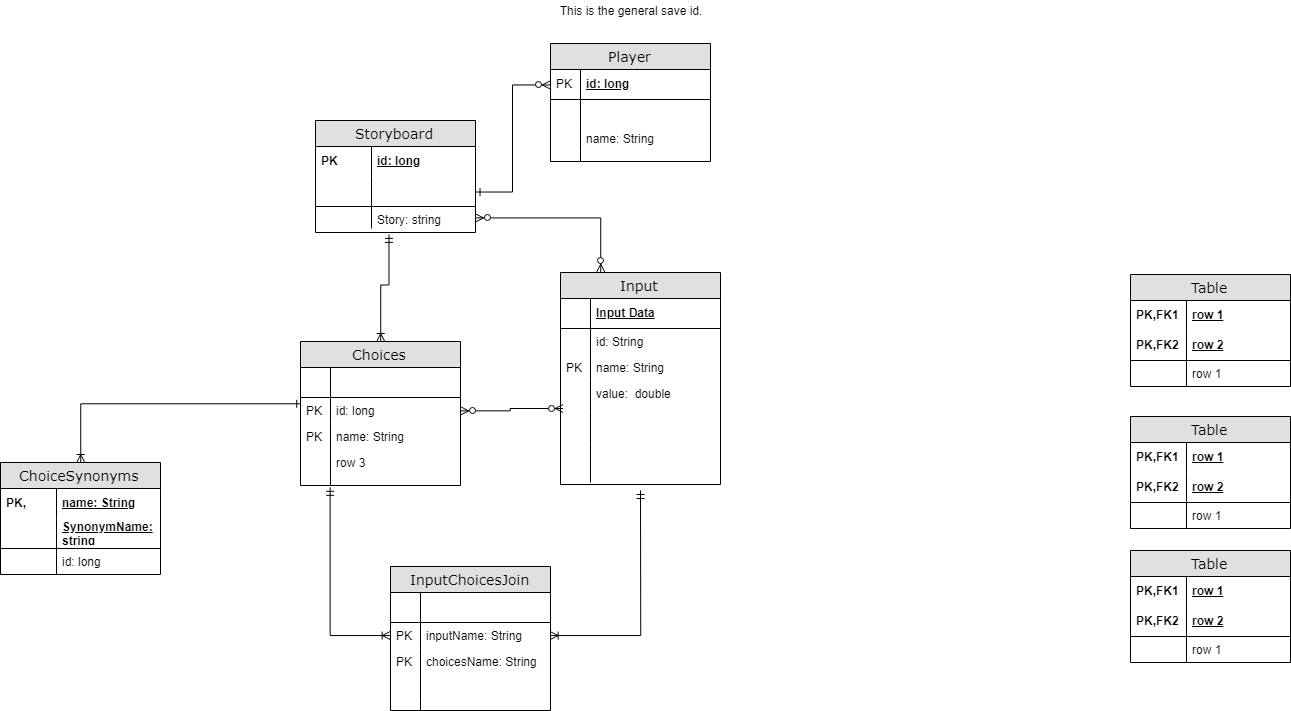
Before: docs/EntityModel.png, a diagram exported from draw.io (balexander16/PictureQuest). Source tidied: cells renumbered, new cells last; positions are measured from the earlier drawing's top-left corner, leaving out a move shared by most shapes.
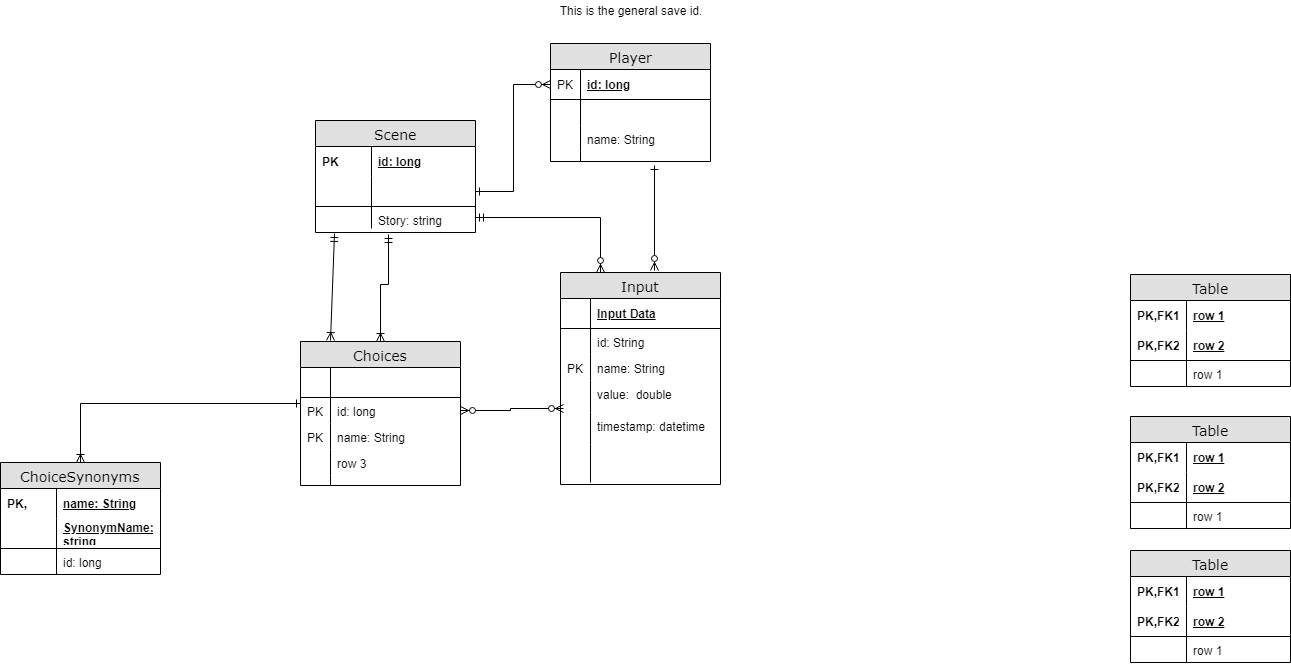
After the commit.

What changed in the source:
```diff
@@ -2,7 +2,7 @@
   <root>
     <mxCell id="0" />
     <mxCell id="1" parent="0" />
-    <mxCell id="2" value="Storyboard" style="swimlane;html=1;fontStyle=0;horizontal=1;startSize=26;fillColor=#e0e0e0;swimlaneFillColor=#ffffff;align=center;rounded=0;shadow=0;comic=0;labelBackgroundColor=none;strokeColor=#000000;strokeWidth=1;fontFamily=Verdana;fontSize=14;fontColor=#000000;" parent="1" vertex="1">
+    <mxCell id="2" value="Scene" style="swimlane;html=1;fontStyle=0;horizontal=1;startSize=26;fillColor=#e0e0e0;swimlaneFillColor=#ffffff;align=center;rounded=0;shadow=0;comic=0;labelBackgroundColor=none;strokeColor=#000000;strokeWidth=1;fontFamily=Verdana;fontSize=14;fontColor=#000000;" parent="1" vertex="1">
       <mxGeometry x="315" y="120" width="160" height="112" as="geometry" />
     </mxCell>
     <mxCell id="3" value="id: long" style="shape=partialRectangle;top=0;left=0;right=0;bottom=0;html=1;align=left;verticalAlign=middle;fillColor=none;spacingLeft=60;spacingRight=4;whiteSpace=wrap;overflow=hidden;fontStyle=5;" parent="2" vertex="1">
@@ -77,7 +77,7 @@
     <mxCell id="26" style="shape=partialRectangle;top=0;left=0;bottom=0;html=1;fillColor=none;align=left;verticalAlign=top;spacingLeft=4;spacingRight=4;whiteSpace=wrap;overflow=hidden;" parent="25" vertex="1">
       <mxGeometry width="30" height="32" as="geometry" />
     </mxCell>
-    <mxCell id="27" style="shape=partialRectangle;top=0;left=0;right=0;bottom=0;html=1;align=left;verticalAlign=top;fillColor=none;spacingLeft=34;spacingRight=4;whiteSpace=wrap;overflow=hidden;points=[[0,0.5],[1,0.5]];portConstraint=eastwest;" parent="18" vertex="1">
+    <mxCell id="27" value="timestamp: datetime" style="shape=partialRectangle;top=0;left=0;right=0;bottom=0;html=1;align=left;verticalAlign=top;fillColor=none;spacingLeft=34;spacingRight=4;whiteSpace=wrap;overflow=hidden;points=[[0,0.5],[1,0.5]];portConstraint=eastwest;" parent="18" vertex="1">
       <mxGeometry y="140" width="160" height="32" as="geometry" />
     </mxCell>
     <mxCell id="28" style="shape=partialRectangle;top=0;left=0;bottom=0;html=1;fillColor=none;align=left;verticalAlign=top;spacingLeft=4;spacingRight=4;whiteSpace=wrap;overflow=hidden;" parent="27" vertex="1">
@@ -89,39 +89,6 @@
     <mxCell id="30" style="shape=partialRectangle;top=0;left=0;bottom=0;html=1;fillColor=none;align=left;verticalAlign=top;spacingLeft=4;spacingRight=4;whiteSpace=wrap;overflow=hidden;" parent="29" vertex="1">
       <mxGeometry width="30" height="38" as="geometry" />
     </mxCell>
-    <mxCell id="31" value="InputChoicesJoin" style="swimlane;html=1;fontStyle=0;horizontal=1;startSize=26;fillColor=#e0e0e0;swimlaneFillColor=#ffffff;align=center;rounded=0;shadow=0;comic=0;labelBackgroundColor=none;strokeColor=#000000;strokeWidth=1;fontFamily=Verdana;fontSize=14;fontColor=#000000;" parent="1" vertex="1">
-      <mxGeometry x="390" y="566" width="160" height="144" as="geometry" />
-    </mxCell>
-    <mxCell id="32" style="shape=partialRectangle;top=0;left=0;right=0;bottom=1;html=1;align=left;verticalAlign=middle;fillColor=none;spacingLeft=34;spacingRight=4;whiteSpace=wrap;overflow=hidden;fontStyle=5;" parent="31" vertex="1">
-      <mxGeometry y="26" width="160" height="30" as="geometry" />
-    </mxCell>
-    <mxCell id="33" style="shape=partialRectangle;top=0;left=0;bottom=0;html=1;fillColor=none;align=left;verticalAlign=middle;spacingLeft=4;spacingRight=4;whiteSpace=wrap;overflow=hidden;" parent="32" vertex="1">
-      <mxGeometry width="30" height="30" as="geometry" />
-    </mxCell>
-    <mxCell id="34" value="inputName: String" style="shape=partialRectangle;top=0;left=0;right=0;bottom=0;html=1;align=left;verticalAlign=top;fillColor=none;spacingLeft=34;spacingRight=4;whiteSpace=wrap;overflow=hidden;points=[[0,0.5],[1,0.5]];portConstraint=eastwest;" parent="31" vertex="1">
-      <mxGeometry y="56" width="160" height="26" as="geometry" />
-    </mxCell>
-    <mxCell id="35" value="PK" style="shape=partialRectangle;top=0;left=0;bottom=0;html=1;fillColor=none;align=left;verticalAlign=top;spacingLeft=4;spacingRight=4;whiteSpace=wrap;overflow=hidden;" parent="34" vertex="1">
-      <mxGeometry width="30" height="26" as="geometry" />
-    </mxCell>
-    <mxCell id="36" value="choicesName: String" style="shape=partialRectangle;top=0;left=0;right=0;bottom=0;html=1;align=left;verticalAlign=top;fillColor=none;spacingLeft=34;spacingRight=4;whiteSpace=wrap;overflow=hidden;" parent="31" vertex="1">
-      <mxGeometry y="82" width="160" height="26" as="geometry" />
-    </mxCell>
-    <mxCell id="37" value="PK" style="shape=partialRectangle;top=0;left=0;bottom=0;html=1;fillColor=none;align=left;verticalAlign=top;spacingLeft=4;spacingRight=4;whiteSpace=wrap;overflow=hidden;" parent="36" vertex="1">
-      <mxGeometry width="30" height="26" as="geometry" />
-    </mxCell>
-    <mxCell id="38" style="shape=partialRectangle;top=0;left=0;right=0;bottom=0;html=1;align=left;verticalAlign=top;fillColor=none;spacingLeft=34;spacingRight=4;whiteSpace=wrap;overflow=hidden;" parent="31" vertex="1">
-      <mxGeometry y="108" width="160" height="26" as="geometry" />
-    </mxCell>
-    <mxCell id="39" style="shape=partialRectangle;top=0;left=0;bottom=0;html=1;fillColor=none;align=left;verticalAlign=top;spacingLeft=4;spacingRight=4;whiteSpace=wrap;overflow=hidden;" parent="38" vertex="1">
-      <mxGeometry width="30" height="26" as="geometry" />
-    </mxCell>
-    <mxCell id="40" style="shape=partialRectangle;top=0;left=0;right=0;bottom=0;html=1;align=left;verticalAlign=top;fillColor=none;spacingLeft=34;spacingRight=4;whiteSpace=wrap;overflow=hidden;" parent="31" vertex="1">
-      <mxGeometry y="134" width="160" height="10" as="geometry" />
-    </mxCell>
-    <mxCell id="41" style="shape=partialRectangle;top=0;left=0;bottom=0;html=1;fillColor=none;align=left;verticalAlign=top;spacingLeft=4;spacingRight=4;whiteSpace=wrap;overflow=hidden;" parent="40" vertex="1">
-      <mxGeometry width="30" height="10" as="geometry" />
-    </mxCell>
     <mxCell id="42" value="Table" style="swimlane;html=1;fontStyle=0;horizontal=1;startSize=26;fillColor=#e0e0e0;swimlaneFillColor=#ffffff;align=center;rounded=0;shadow=0;comic=0;labelBackgroundColor=none;strokeColor=#000000;strokeWidth=1;fontFamily=Verdana;fontSize=14;fontColor=#000000;" parent="1" vertex="1">
       <mxGeometry x="1130" y="274" width="160" height="112" as="geometry" />
     </mxCell>
@@ -253,26 +220,24 @@
     <mxCell id="83" value="This is the general save id." style="text;html=1;strokeColor=none;fillColor=none;align=center;verticalAlign=middle;whiteSpace=wrap;rounded=0;" parent="1" vertex="1">
       <mxGeometry x="550" width="160" height="20" as="geometry" />
     </mxCell>
-    <mxCell id="84" style="edgeStyle=orthogonalEdgeStyle;rounded=0;jettySize=auto;html=1;exitX=0;exitY=0.5;exitDx=0;exitDy=0;startArrow=ERoneToMany;startFill=0;endArrow=ERmandOne;endFill=0;entryX=0.185;entryY=1.182;entryDx=0;entryDy=0;entryPerimeter=0;" parent="1" edge="1" source="34" target="81">
-      <mxGeometry relative="1" as="geometry">
-        <Array as="points">
-          <mxPoint x="330" y="635" />
-        </Array>
-      </mxGeometry>
-    </mxCell>
-    <mxCell id="85" style="edgeStyle=orthogonalEdgeStyle;rounded=0;jettySize=auto;html=1;exitX=1;exitY=0.5;exitDx=0;exitDy=0;startArrow=ERoneToMany;startFill=0;endArrow=ERmandOne;endFill=0;" parent="1" edge="1" source="34">
-      <mxGeometry relative="1" as="geometry">
-        <mxPoint x="640" y="490" as="targetPoint" />
-      </mxGeometry>
-    </mxCell>
     <mxCell id="86" style="edgeStyle=orthogonalEdgeStyle;rounded=0;jettySize=auto;html=1;exitX=1;exitY=0.5;exitDx=0;exitDy=0;entryX=0.016;entryY=-0.125;entryDx=0;entryDy=0;entryPerimeter=0;startArrow=ERzeroToMany;startFill=1;endArrow=ERzeroToMany;endFill=1;" parent="1" edge="1" source="75" target="27">
       <mxGeometry relative="1" as="geometry" />
     </mxCell>
     <mxCell id="87" style="edgeStyle=orthogonalEdgeStyle;rounded=0;jettySize=auto;html=1;exitX=1;exitY=0.5;exitDx=0;exitDy=0;entryX=0;entryY=0.5;entryDx=0;entryDy=0;startArrow=ERone;startFill=0;endArrow=ERzeroToMany;endFill=1;" parent="1" edge="1" source="5" target="10">
       <mxGeometry relative="1" as="geometry" />
     </mxCell>
-    <mxCell id="88" style="edgeStyle=orthogonalEdgeStyle;rounded=0;jettySize=auto;html=1;entryX=0.25;entryY=0;entryDx=0;entryDy=0;startArrow=ERzeroToMany;startFill=1;endArrow=ERzeroToMany;endFill=1;" parent="1" edge="1" source="7" target="18">
+    <mxCell id="88" style="edgeStyle=orthogonalEdgeStyle;rounded=0;jettySize=auto;html=1;entryX=0.25;entryY=0;entryDx=0;entryDy=0;startArrow=ERmandOne;startFill=0;endArrow=ERzeroToMany;endFill=1;" parent="1" edge="1" source="7" target="18">
       <mxGeometry relative="1" as="geometry" />
     </mxCell>
+    <mxCell id="89" style="endArrow=ERmandOne;html=1;entryX=0.119;entryY=1.227;entryDx=0;entryDy=0;entryPerimeter=0;startArrow=ERoneToMany;startFill=0;endFill=0;" parent="1" edge="1" target="7">
+      <mxGeometry relative="1" as="geometry">
+        <mxPoint x="330" y="340" as="sourcePoint" />
+      </mxGeometry>
+    </mxCell>
+    <mxCell id="90" style="endArrow=ERone;html=1;entryX=0.65;entryY=1.4;entryDx=0;entryDy=0;entryPerimeter=0;endFill=0;startArrow=ERzeroToMany;startFill=1;" parent="1" edge="1" target="16">
+      <mxGeometry relative="1" as="geometry">
+        <mxPoint x="654" y="270" as="sourcePoint" />
+      </mxGeometry>
+    </mxCell>
   </root>
 </mxGraphModel>
```
